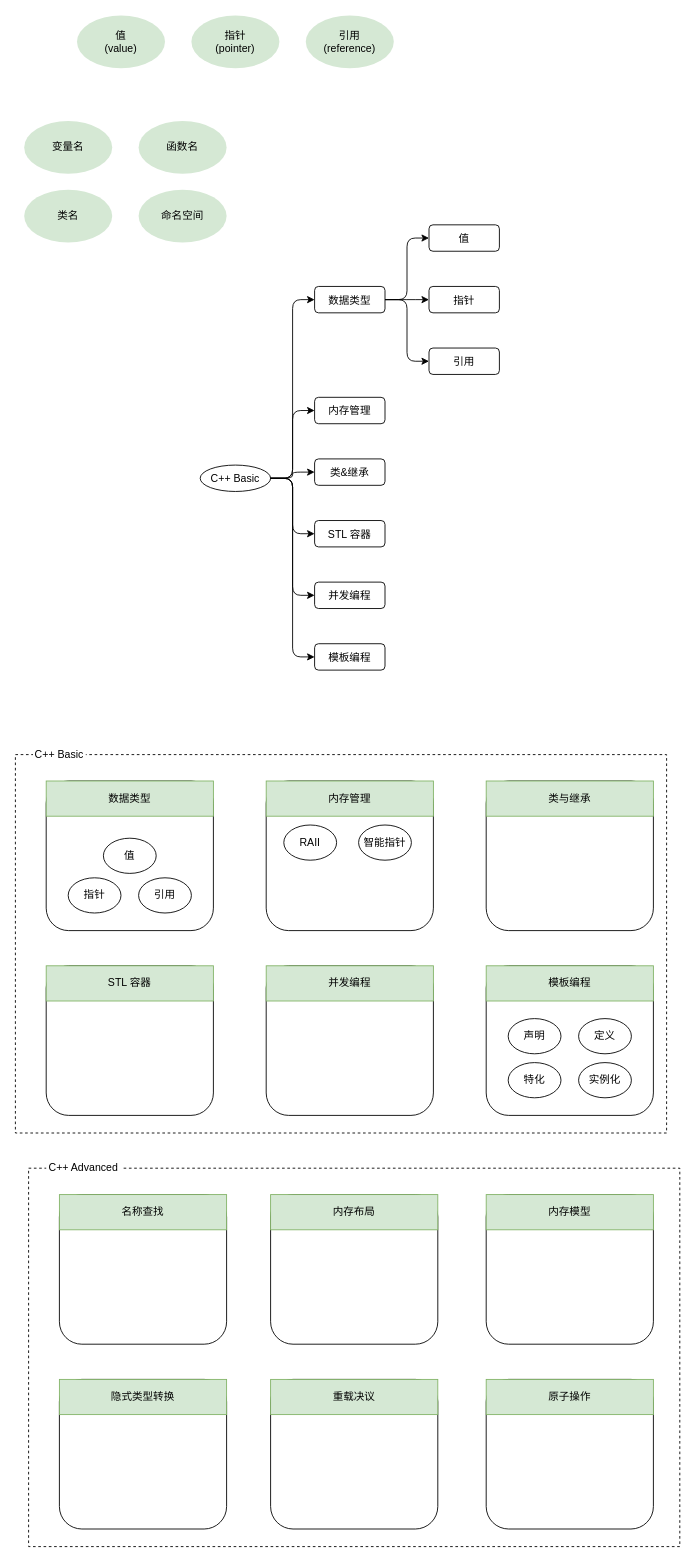
The draw.io diagram cplusplus_syntax_component.drawio in ZiqingYip/moment, before the edit. Source tidied: cells renumbered, new cells numbered last; positions are measured from the earlier drawing's top-left corner, leaving out a move shared by most shapes. Both pictures are drawn from the tidied source at 88%, with x=0, y=0 at pixel (15, 15).
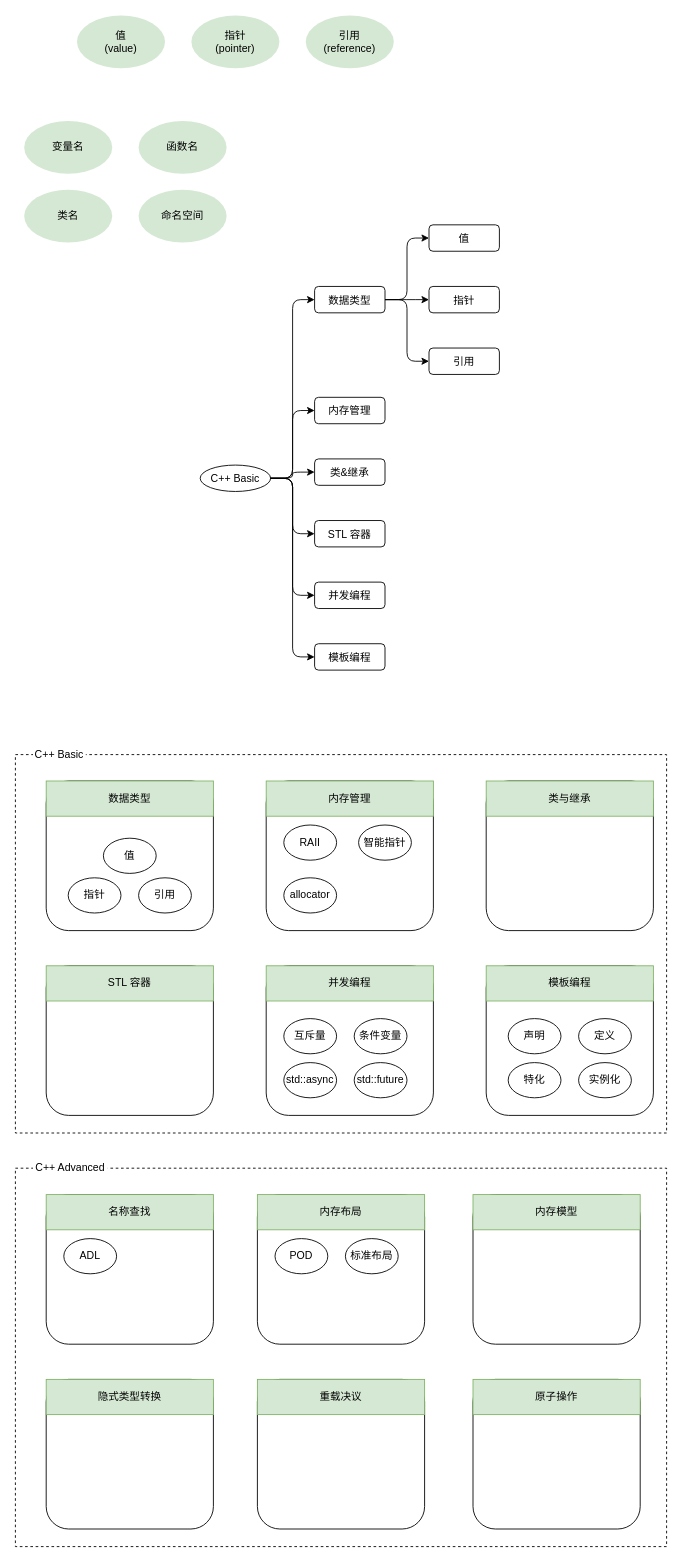
Above is the later version.

The edit, as a diff of the source:
```diff
@@
     <mxCell id="44" style="rounded=0;whiteSpace=wrap;html=1;fillColor=none;dashed=1;" parent="1" vertex="1">
-      <mxGeometry x="15" y="1310" width="740" height="430" as="geometry" />
+      <mxGeometry y="1310" width="740" height="430" as="geometry" />
     </mxCell>
     <mxCell id="45" style="rounded=1;whiteSpace=wrap;html=1;" parent="1" vertex="1">
-      <mxGeometry x="50" y="1340" width="190" height="170" as="geometry" />
+      <mxGeometry x="35" y="1340" width="190" height="170" as="geometry" />
     </mxCell>
     <mxCell id="46" value="名称查找" style="rounded=0;whiteSpace=wrap;html=1;fillColor=#d5e8d4;strokeColor=#82b366;" parent="1" vertex="1">
-      <mxGeometry x="50" y="1340" width="190" height="40" as="geometry" />
+      <mxGeometry x="35" y="1340" width="190" height="40" as="geometry" />
     </mxCell>
     <mxCell id="47" value="C++ Advanced" style="text;html=1;strokeColor=none;fillColor=default;align=center;verticalAlign=middle;whiteSpace=wrap;rounded=0;dashed=1;" parent="1" vertex="1">
-      <mxGeometry x="35" y="1300" width="85" height="20" as="geometry" />
+      <mxGeometry x="20" y="1300" width="85" height="20" as="geometry" />
     </mxCell>
@@
     <mxCell id="51" style="rounded=1;whiteSpace=wrap;html=1;" parent="1" vertex="1">
-      <mxGeometry x="290" y="1340" width="190" height="170" as="geometry" />
+      <mxGeometry x="275" y="1340" width="190" height="170" as="geometry" />
     </mxCell>
     <mxCell id="52" value="内存布局" style="rounded=0;whiteSpace=wrap;html=1;fillColor=#d5e8d4;strokeColor=#82b366;" parent="1" vertex="1">
-      <mxGeometry x="290" y="1340" width="190" height="40" as="geometry" />
+      <mxGeometry x="275" y="1340" width="190" height="40" as="geometry" />
     </mxCell>
     <mxCell id="53" style="rounded=1;whiteSpace=wrap;html=1;" parent="1" vertex="1">
-      <mxGeometry x="535" y="1340" width="190" height="170" as="geometry" />
+      <mxGeometry x="520" y="1340" width="190" height="170" as="geometry" />
     </mxCell>
     <mxCell id="54" value="内存模型" style="rounded=0;whiteSpace=wrap;html=1;fillColor=#d5e8d4;strokeColor=#82b366;" parent="1" vertex="1">
-      <mxGeometry x="535" y="1340" width="190" height="40" as="geometry" />
+      <mxGeometry x="520" y="1340" width="190" height="40" as="geometry" />
     </mxCell>
     <mxCell id="55" style="rounded=1;whiteSpace=wrap;html=1;" parent="1" vertex="1">
-      <mxGeometry x="50" y="1550" width="190" height="170" as="geometry" />
+      <mxGeometry x="35" y="1550" width="190" height="170" as="geometry" />
     </mxCell>
     <mxCell id="56" value="隐式类型转换" style="rounded=0;whiteSpace=wrap;html=1;fillColor=#d5e8d4;strokeColor=#82b366;" parent="1" vertex="1">
-      <mxGeometry x="50" y="1550" width="190" height="40" as="geometry" />
+      <mxGeometry x="35" y="1550" width="190" height="40" as="geometry" />
     </mxCell>
     <mxCell id="57" style="rounded=1;whiteSpace=wrap;html=1;" parent="1" vertex="1">
-      <mxGeometry x="290" y="1550" width="190" height="170" as="geometry" />
+      <mxGeometry x="275" y="1550" width="190" height="170" as="geometry" />
     </mxCell>
     <mxCell id="58" value="重载决议" style="rounded=0;whiteSpace=wrap;html=1;fillColor=#d5e8d4;strokeColor=#82b366;" parent="1" vertex="1">
-      <mxGeometry x="290" y="1550" width="190" height="40" as="geometry" />
+      <mxGeometry x="275" y="1550" width="190" height="40" as="geometry" />
     </mxCell>
@@
     <mxCell id="63" style="rounded=1;whiteSpace=wrap;html=1;" parent="1" vertex="1">
-      <mxGeometry x="535" y="1550" width="190" height="170" as="geometry" />
+      <mxGeometry x="520" y="1550" width="190" height="170" as="geometry" />
     </mxCell>
     <mxCell id="64" value="原子操作" style="rounded=0;whiteSpace=wrap;html=1;fillColor=#d5e8d4;strokeColor=#82b366;" parent="1" vertex="1">
-      <mxGeometry x="535" y="1550" width="190" height="40" as="geometry" />
+      <mxGeometry x="520" y="1550" width="190" height="40" as="geometry" />
     </mxCell>
+    <mxCell id="65" value="互斥量" style="ellipse;whiteSpace=wrap;html=1;" parent="1" vertex="1">
+      <mxGeometry x="305" y="1140" width="60" height="40" as="geometry" />
+    </mxCell>
+    <mxCell id="66" value="条件变量" style="ellipse;whiteSpace=wrap;html=1;" parent="1" vertex="1">
+      <mxGeometry x="385" y="1140" width="60" height="40" as="geometry" />
+    </mxCell>
+    <mxCell id="67" value="std::async" style="ellipse;whiteSpace=wrap;html=1;" parent="1" vertex="1">
+      <mxGeometry x="305" y="1190" width="60" height="40" as="geometry" />
+    </mxCell>
+    <mxCell id="68" value="std::future" style="ellipse;whiteSpace=wrap;html=1;" parent="1" vertex="1">
+      <mxGeometry x="385" y="1190" width="60" height="40" as="geometry" />
+    </mxCell>
+    <mxCell id="69" value="ADL" style="ellipse;whiteSpace=wrap;html=1;" parent="1" vertex="1">
+      <mxGeometry x="55" y="1390" width="60" height="40" as="geometry" />
+    </mxCell>
+    <mxCell id="70" value="POD" style="ellipse;whiteSpace=wrap;html=1;" parent="1" vertex="1">
+      <mxGeometry x="295" y="1390" width="60" height="40" as="geometry" />
+    </mxCell>
+    <mxCell id="71" value="标准布局" style="ellipse;whiteSpace=wrap;html=1;" parent="1" vertex="1">
+      <mxGeometry x="375" y="1390" width="60" height="40" as="geometry" />
+    </mxCell>
+    <mxCell id="72" value="allocator" style="ellipse;whiteSpace=wrap;html=1;" parent="1" vertex="1">
+      <mxGeometry x="305" y="980" width="60" height="40" as="geometry" />
+    </mxCell>
```
